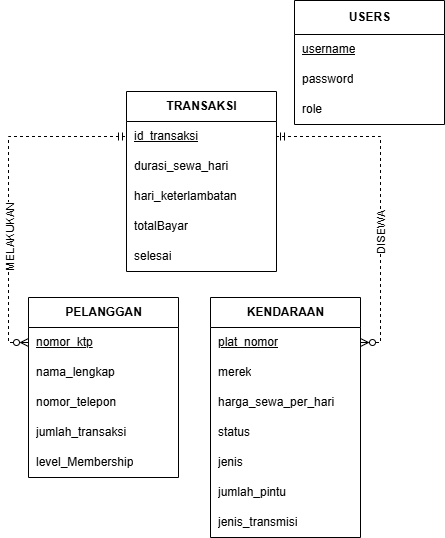
Axcelion017/TubesPBO_Kelompok1 keeps this draw.io diagram as docs/erd/ERD_Tubes_PBO-ERD Conceptual.drawio.png. Above is the earlier version. Source tidied: cells renumbered, new cells last; positions are measured from the earlier drawing's top-left corner, leaving out a move shared by most shapes. Source of this version:
```xml
<mxGraphModel>
  <root>
    <mxCell id="0" />
    <mxCell id="1" parent="0" />
    <mxCell id="2" value="PELANGGAN" style="shape=table;startSize=30;rowLines=0;fontStyle=1;align=center;html=1;" parent="1" vertex="1">
      <mxGeometry y="297" width="150" height="180" as="geometry" />
    </mxCell>
    <mxCell id="3" style="shape=tableRow;horizontal=0;startSize=0;swimlaneHead=0;swimlaneBody=0;fillColor=none;points=[[0,0.5],[1,0.5]];portConstraint=eastwest;top=0;left=0;right=0;bottom=0;" parent="2" vertex="1">
      <mxGeometry y="30" width="150" height="30" as="geometry" />
    </mxCell>
    <mxCell id="4" value="&lt;span style=&quot;text-decoration: underline;&quot;&gt;nomor_ktp&lt;/span&gt;" style="shape=partialRectangle;fillColor=none;top=0;left=0;bottom=0;right=0;align=left;spacingLeft=6;overflow=hidden;whiteSpace=wrap;html=1;" parent="3" vertex="1">
      <mxGeometry width="150" height="30" as="geometry" />
    </mxCell>
    <mxCell id="5" style="shape=tableRow;horizontal=0;startSize=0;swimlaneHead=0;swimlaneBody=0;fillColor=none;top=0;left=0;right=0;bottom=0;" parent="2" vertex="1">
      <mxGeometry y="60" width="150" height="30" as="geometry" />
    </mxCell>
    <mxCell id="6" value="nama_lengkap" style="shape=partialRectangle;fillColor=none;top=0;left=0;bottom=0;right=0;align=left;spacingLeft=6;overflow=hidden;whiteSpace=wrap;html=1;" parent="5" vertex="1">
      <mxGeometry width="150" height="30" as="geometry" />
    </mxCell>
    <mxCell id="7" style="shape=tableRow;horizontal=0;startSize=0;swimlaneHead=0;swimlaneBody=0;fillColor=none;top=0;left=0;right=0;bottom=0;" parent="2" vertex="1">
      <mxGeometry y="90" width="150" height="30" as="geometry" />
    </mxCell>
    <mxCell id="8" value="nomor_telepon" style="shape=partialRectangle;fillColor=none;top=0;left=0;bottom=0;right=0;align=left;spacingLeft=6;overflow=hidden;whiteSpace=wrap;html=1;" parent="7" vertex="1">
      <mxGeometry width="150" height="30" as="geometry" />
    </mxCell>
    <mxCell id="9" style="shape=tableRow;horizontal=0;startSize=0;swimlaneHead=0;swimlaneBody=0;fillColor=none;top=0;left=0;right=0;bottom=0;" parent="2" vertex="1">
      <mxGeometry y="120" width="150" height="30" as="geometry" />
    </mxCell>
    <mxCell id="10" value="jumlah_transaksi" style="shape=partialRectangle;fillColor=none;top=0;left=0;bottom=0;right=0;align=left;spacingLeft=6;overflow=hidden;whiteSpace=wrap;html=1;" parent="9" vertex="1">
      <mxGeometry width="150" height="30" as="geometry" />
    </mxCell>
    <mxCell id="11" style="shape=tableRow;horizontal=0;startSize=0;swimlaneHead=0;swimlaneBody=0;fillColor=none;top=0;left=0;right=0;bottom=0;" parent="2" vertex="1">
      <mxGeometry y="150" width="150" height="30" as="geometry" />
    </mxCell>
    <mxCell id="12" value="level_Membership" style="shape=partialRectangle;fillColor=none;top=0;left=0;bottom=0;right=0;align=left;spacingLeft=6;overflow=hidden;whiteSpace=wrap;html=1;" parent="11" vertex="1">
      <mxGeometry width="150" height="30" as="geometry" />
    </mxCell>
    <mxCell id="13" value="USERS" style="shape=table;startSize=34;rowLines=0;fontStyle=1;align=center;html=1;" parent="1" vertex="1">
      <mxGeometry x="266" width="150" height="124" as="geometry" />
    </mxCell>
    <mxCell id="14" style="shape=tableRow;horizontal=0;startSize=0;swimlaneHead=0;swimlaneBody=0;fillColor=none;top=0;left=0;right=0;bottom=0;" parent="13" vertex="1">
      <mxGeometry y="34" width="150" height="30" as="geometry" />
    </mxCell>
    <mxCell id="15" value="&lt;span style=&quot;text-decoration: underline;&quot;&gt;username&lt;/span&gt;" style="shape=partialRectangle;fillColor=none;top=0;left=0;bottom=0;right=0;align=left;spacingLeft=6;overflow=hidden;whiteSpace=wrap;html=1;" parent="14" vertex="1">
      <mxGeometry width="150" height="30" as="geometry" />
    </mxCell>
    <mxCell id="16" style="shape=tableRow;horizontal=0;startSize=0;swimlaneHead=0;swimlaneBody=0;fillColor=none;top=0;left=0;right=0;bottom=0;" parent="13" vertex="1">
      <mxGeometry y="64" width="150" height="30" as="geometry" />
    </mxCell>
    <mxCell id="17" value="password" style="shape=partialRectangle;fillColor=none;top=0;left=0;bottom=0;right=0;align=left;spacingLeft=6;overflow=hidden;whiteSpace=wrap;html=1;" parent="16" vertex="1">
      <mxGeometry width="150" height="30" as="geometry" />
    </mxCell>
    <mxCell id="18" style="shape=tableRow;horizontal=0;startSize=0;swimlaneHead=0;swimlaneBody=0;fillColor=none;top=0;left=0;right=0;bottom=0;" parent="13" vertex="1">
      <mxGeometry y="94" width="150" height="30" as="geometry" />
    </mxCell>
    <mxCell id="19" value="role" style="shape=partialRectangle;fillColor=none;top=0;left=0;bottom=0;right=0;align=left;spacingLeft=6;overflow=hidden;whiteSpace=wrap;html=1;" parent="18" vertex="1">
      <mxGeometry width="150" height="30" as="geometry" />
    </mxCell>
    <mxCell id="20" value="KENDARAAN" style="shape=table;startSize=30;rowLines=0;fontStyle=1;align=center;html=1;" parent="1" vertex="1">
      <mxGeometry x="182" y="297" width="150" height="240" as="geometry" />
    </mxCell>
    <mxCell id="21" style="shape=tableRow;horizontal=0;startSize=0;swimlaneHead=0;swimlaneBody=0;fillColor=none;points=[[0,0.5],[1,0.5]];portConstraint=eastwest;top=0;left=0;right=0;bottom=0;" parent="20" vertex="1">
      <mxGeometry y="30" width="150" height="30" as="geometry" />
    </mxCell>
    <mxCell id="22" value="&lt;span style=&quot;text-decoration: underline;&quot;&gt;plat_nomor&lt;/span&gt;" style="shape=partialRectangle;fillColor=none;top=0;left=0;bottom=0;right=0;align=left;spacingLeft=6;overflow=hidden;whiteSpace=wrap;html=1;" parent="21" vertex="1">
      <mxGeometry width="150" height="30" as="geometry" />
    </mxCell>
    <mxCell id="23" style="shape=tableRow;horizontal=0;startSize=0;swimlaneHead=0;swimlaneBody=0;fillColor=none;top=0;left=0;right=0;bottom=0;" parent="20" vertex="1">
      <mxGeometry y="60" width="150" height="30" as="geometry" />
    </mxCell>
    <mxCell id="24" value="merek" style="shape=partialRectangle;fillColor=none;top=0;left=0;bottom=0;right=0;align=left;spacingLeft=6;overflow=hidden;whiteSpace=wrap;html=1;" parent="23" vertex="1">
      <mxGeometry width="150" height="30" as="geometry" />
    </mxCell>
    <mxCell id="25" style="shape=tableRow;horizontal=0;startSize=0;swimlaneHead=0;swimlaneBody=0;fillColor=none;top=0;left=0;right=0;bottom=0;" parent="20" vertex="1">
      <mxGeometry y="90" width="150" height="30" as="geometry" />
    </mxCell>
    <mxCell id="26" value="harga_sewa_per_hari" style="shape=partialRectangle;fillColor=none;top=0;left=0;bottom=0;right=0;align=left;spacingLeft=6;overflow=hidden;whiteSpace=wrap;html=1;" parent="25" vertex="1">
      <mxGeometry width="150" height="30" as="geometry" />
    </mxCell>
    <mxCell id="27" style="shape=tableRow;horizontal=0;startSize=0;swimlaneHead=0;swimlaneBody=0;fillColor=none;top=0;left=0;right=0;bottom=0;" parent="20" vertex="1">
      <mxGeometry y="120" width="150" height="30" as="geometry" />
    </mxCell>
    <mxCell id="28" value="status" style="shape=partialRectangle;fillColor=none;top=0;left=0;bottom=0;right=0;align=left;spacingLeft=6;overflow=hidden;whiteSpace=wrap;html=1;" parent="27" vertex="1">
      <mxGeometry width="150" height="30" as="geometry" />
    </mxCell>
    <mxCell id="29" style="shape=tableRow;horizontal=0;startSize=0;swimlaneHead=0;swimlaneBody=0;fillColor=none;top=0;left=0;right=0;bottom=0;" parent="20" vertex="1">
      <mxGeometry y="150" width="150" height="30" as="geometry" />
    </mxCell>
    <mxCell id="30" value="jenis" style="shape=partialRectangle;fillColor=none;top=0;left=0;bottom=0;right=0;align=left;spacingLeft=6;overflow=hidden;whiteSpace=wrap;html=1;" parent="29" vertex="1">
      <mxGeometry width="150" height="30" as="geometry" />
    </mxCell>
    <mxCell id="31" style="shape=tableRow;horizontal=0;startSize=0;swimlaneHead=0;swimlaneBody=0;fillColor=none;top=0;left=0;right=0;bottom=0;" parent="20" vertex="1">
      <mxGeometry y="180" width="150" height="30" as="geometry" />
    </mxCell>
    <mxCell id="32" value="jumlah_pintu" style="shape=partialRectangle;fillColor=none;top=0;left=0;bottom=0;right=0;align=left;spacingLeft=6;overflow=hidden;whiteSpace=wrap;html=1;" parent="31" vertex="1">
      <mxGeometry width="150" height="30" as="geometry" />
    </mxCell>
    <mxCell id="33" style="shape=tableRow;horizontal=0;startSize=0;swimlaneHead=0;swimlaneBody=0;fillColor=none;top=0;left=0;right=0;bottom=0;" parent="20" vertex="1">
      <mxGeometry y="210" width="150" height="30" as="geometry" />
    </mxCell>
    <mxCell id="34" value="jenis_transmisi" style="shape=partialRectangle;fillColor=none;top=0;left=0;bottom=0;right=0;align=left;spacingLeft=6;overflow=hidden;whiteSpace=wrap;html=1;" parent="33" vertex="1">
      <mxGeometry width="150" height="30" as="geometry" />
    </mxCell>
    <mxCell id="35" value="TRANSAKSI" style="shape=table;startSize=30;rowLines=0;fontStyle=1;align=center;html=1;" parent="1" vertex="1">
      <mxGeometry x="98" y="91" width="150" height="180" as="geometry" />
    </mxCell>
    <mxCell id="36" style="shape=tableRow;horizontal=0;startSize=0;swimlaneHead=0;swimlaneBody=0;fillColor=none;points=[[0,0.5],[1,0.5]];portConstraint=eastwest;top=0;left=0;right=0;bottom=0;" parent="35" vertex="1">
      <mxGeometry y="30" width="150" height="30" as="geometry" />
    </mxCell>
    <mxCell id="37" value="&lt;span style=&quot;text-decoration: underline;&quot;&gt;id_transaksi&lt;/span&gt;" style="shape=partialRectangle;fillColor=none;top=0;left=0;bottom=0;right=0;align=left;spacingLeft=6;overflow=hidden;whiteSpace=wrap;html=1;" parent="36" vertex="1">
      <mxGeometry width="150" height="30" as="geometry" />
    </mxCell>
    <mxCell id="38" style="shape=tableRow;horizontal=0;startSize=0;swimlaneHead=0;swimlaneBody=0;fillColor=none;top=0;left=0;right=0;bottom=0;" parent="35" vertex="1">
      <mxGeometry y="60" width="150" height="30" as="geometry" />
    </mxCell>
    <mxCell id="39" value="durasi_sewa_hari" style="shape=partialRectangle;fillColor=none;top=0;left=0;bottom=0;right=0;align=left;spacingLeft=6;overflow=hidden;whiteSpace=wrap;html=1;" parent="38" vertex="1">
      <mxGeometry width="150" height="30" as="geometry" />
    </mxCell>
    <mxCell id="40" style="shape=tableRow;horizontal=0;startSize=0;swimlaneHead=0;swimlaneBody=0;fillColor=none;top=0;left=0;right=0;bottom=0;" parent="35" vertex="1">
      <mxGeometry y="90" width="150" height="30" as="geometry" />
    </mxCell>
    <mxCell id="41" value="hari_keterlambatan" style="shape=partialRectangle;fillColor=none;top=0;left=0;bottom=0;right=0;align=left;spacingLeft=6;overflow=hidden;whiteSpace=wrap;html=1;" parent="40" vertex="1">
      <mxGeometry width="150" height="30" as="geometry" />
    </mxCell>
    <mxCell id="42" style="shape=tableRow;horizontal=0;startSize=0;swimlaneHead=0;swimlaneBody=0;fillColor=none;top=0;left=0;right=0;bottom=0;" parent="35" vertex="1">
      <mxGeometry y="120" width="150" height="30" as="geometry" />
    </mxCell>
    <mxCell id="43" value="totalBayar" style="shape=partialRectangle;fillColor=none;top=0;left=0;bottom=0;right=0;align=left;spacingLeft=6;overflow=hidden;whiteSpace=wrap;html=1;" parent="42" vertex="1">
      <mxGeometry width="150" height="30" as="geometry" />
    </mxCell>
    <mxCell id="44" style="shape=tableRow;horizontal=0;startSize=0;swimlaneHead=0;swimlaneBody=0;fillColor=none;top=0;left=0;right=0;bottom=0;" parent="35" vertex="1">
      <mxGeometry y="150" width="150" height="30" as="geometry" />
    </mxCell>
    <mxCell id="45" value="selesai" style="shape=partialRectangle;fillColor=none;top=0;left=0;bottom=0;right=0;align=left;spacingLeft=6;overflow=hidden;whiteSpace=wrap;html=1;" parent="44" vertex="1">
      <mxGeometry width="150" height="30" as="geometry" />
    </mxCell>
    <mxCell id="46" style="rounded=0;jettySize=auto;html=1;startArrow=ERzeroToMany;startFill=0;endArrow=ERmandOne;endFill=0;dashed=1;edgeStyle=orthogonalEdgeStyle;entryX=1;entryY=0.5;entryDx=0;entryDy=0;exitX=1;exitY=0.5;exitDx=0;exitDy=0;" parent="1" edge="1" source="21" target="36">
      <mxGeometry relative="1" as="geometry" />
    </mxCell>
    <mxCell id="47" value="DISEWA" style="edgeLabel;html=1;align=center;verticalAlign=middle;rotation=270;" parent="46" vertex="1">
      <mxGeometry x="-0.1" y="3" relative="1" as="geometry">
        <mxPoint x="3" y="18" as="offset" />
      </mxGeometry>
    </mxCell>
    <mxCell id="48" style="rounded=0;jettySize=auto;html=1;startArrow=ERzeroToMany;startFill=0;endArrow=ERmandOne;endFill=0;dashed=1;exitX=0;exitY=0.5;exitDx=0;exitDy=0;edgeStyle=orthogonalEdgeStyle;entryX=0;entryY=0.5;entryDx=0;entryDy=0;" parent="1" edge="1" source="3" target="36">
      <mxGeometry relative="1" as="geometry" />
    </mxCell>
    <mxCell id="49" value="MELAKUKAN" style="edgeLabel;html=1;align=center;verticalAlign=middle;rotation=270;" parent="48" vertex="1">
      <mxGeometry x="-0.04" y="1" relative="1" as="geometry">
        <mxPoint x="1" y="40" as="offset" />
      </mxGeometry>
    </mxCell>
  </root>
</mxGraphModel>
```
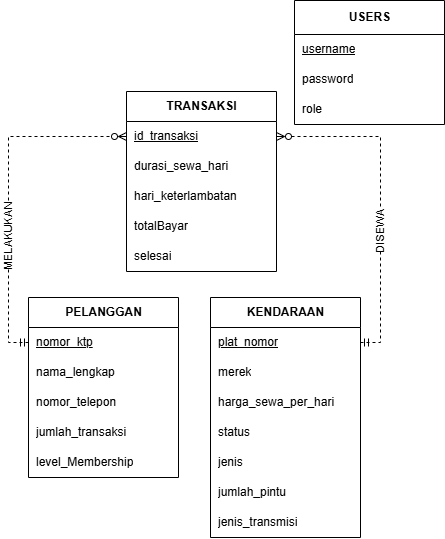
After the change.

The edit, as a diff of the source:
```diff
@@ -134,7 +134,7 @@
     <mxCell id="45" value="selesai" style="shape=partialRectangle;fillColor=none;top=0;left=0;bottom=0;right=0;align=left;spacingLeft=6;overflow=hidden;whiteSpace=wrap;html=1;" parent="44" vertex="1">
       <mxGeometry width="150" height="30" as="geometry" />
     </mxCell>
-    <mxCell id="46" style="rounded=0;jettySize=auto;html=1;startArrow=ERzeroToMany;startFill=0;endArrow=ERmandOne;endFill=0;dashed=1;edgeStyle=orthogonalEdgeStyle;entryX=1;entryY=0.5;entryDx=0;entryDy=0;exitX=1;exitY=0.5;exitDx=0;exitDy=0;" parent="1" edge="1" source="21" target="36">
+    <mxCell id="46" style="rounded=0;jettySize=auto;html=1;startArrow=ERmandOne;startFill=0;endArrow=ERzeroToMany;endFill=0;dashed=1;edgeStyle=orthogonalEdgeStyle;entryX=1;entryY=0.5;entryDx=0;entryDy=0;exitX=1;exitY=0.5;exitDx=0;exitDy=0;" parent="1" edge="1" source="21" target="36">
       <mxGeometry relative="1" as="geometry" />
     </mxCell>
     <mxCell id="47" value="DISEWA" style="edgeLabel;html=1;align=center;verticalAlign=middle;rotation=270;" parent="46" vertex="1">
@@ -142,7 +142,7 @@
         <mxPoint x="3" y="18" as="offset" />
       </mxGeometry>
     </mxCell>
-    <mxCell id="48" style="rounded=0;jettySize=auto;html=1;startArrow=ERzeroToMany;startFill=0;endArrow=ERmandOne;endFill=0;dashed=1;exitX=0;exitY=0.5;exitDx=0;exitDy=0;edgeStyle=orthogonalEdgeStyle;entryX=0;entryY=0.5;entryDx=0;entryDy=0;" parent="1" edge="1" source="3" target="36">
+    <mxCell id="48" style="rounded=0;jettySize=auto;html=1;startArrow=ERmandOne;startFill=0;endArrow=ERzeroToMany;endFill=0;dashed=1;exitX=0;exitY=0.5;exitDx=0;exitDy=0;edgeStyle=orthogonalEdgeStyle;entryX=0;entryY=0.5;entryDx=0;entryDy=0;" parent="1" edge="1" source="3" target="36">
       <mxGeometry relative="1" as="geometry" />
     </mxCell>
     <mxCell id="49" value="MELAKUKAN" style="edgeLabel;html=1;align=center;verticalAlign=middle;rotation=270;" parent="48" vertex="1">
```
